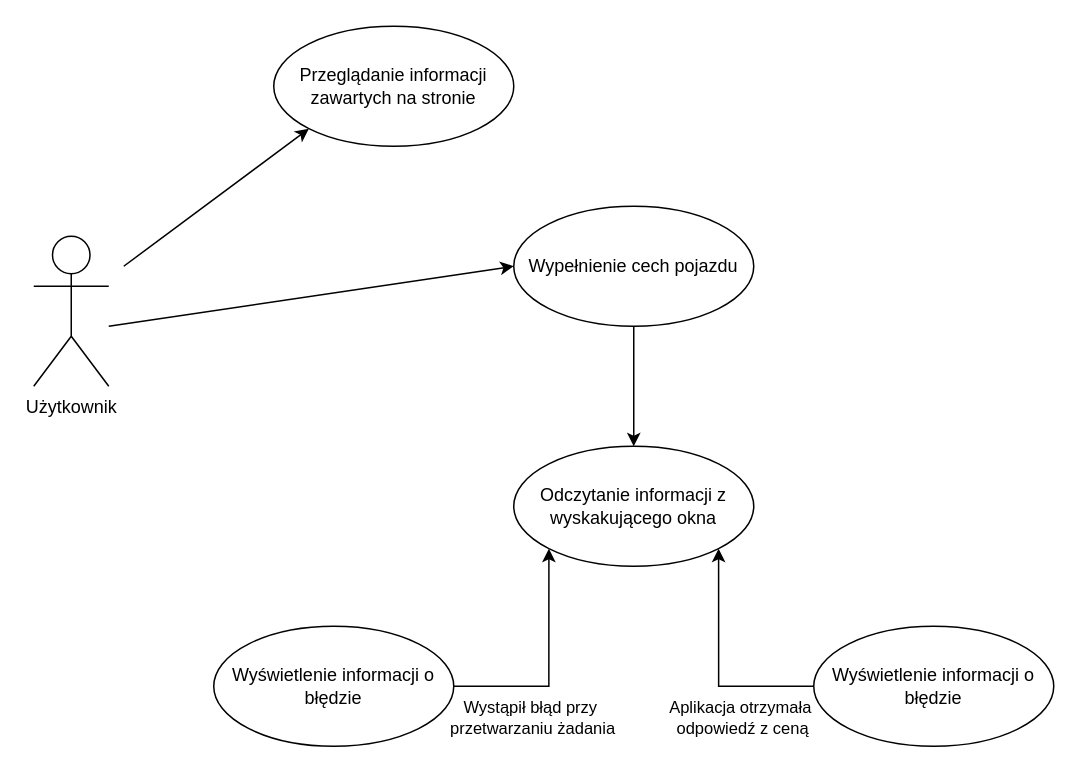
The draw.io diagram report/diagrams/use_case_diagram.drawio in gszp1/BigData-Project, before the edit. Source tidied: cells renumbered, new cells numbered last; positions are measured from the earlier drawing's top-left corner, leaving out a move shared by most shapes. Both pictures are drawn from the tidied source at 150%, with x=0, y=0 at pixel (33, 26).
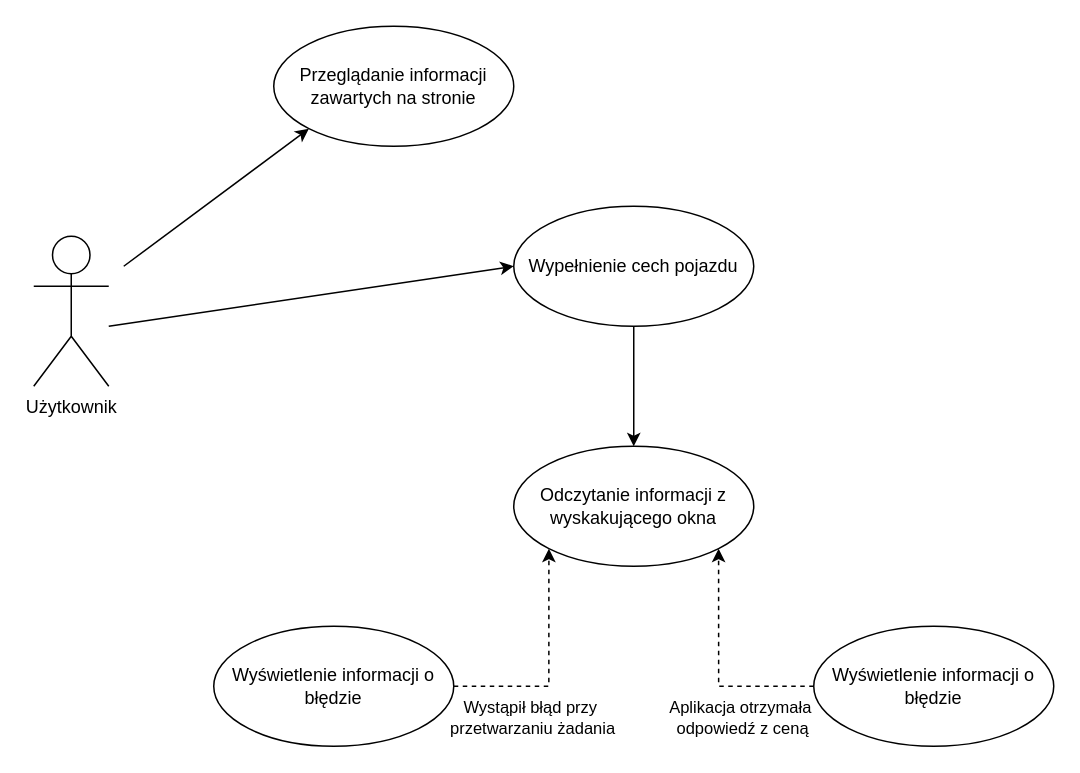
The same diagram, later.

Change to the diagram source:
```diff
@@
 <mxGraphModel>
   <root>
     <mxCell id="0" />
     <mxCell id="1" parent="0" />
     <mxCell id="2" value="Użytkownik" style="shape=umlActor;verticalLabelPosition=bottom;verticalAlign=top;html=1;" parent="1" vertex="1">
       <mxGeometry y="140" width="50" height="100" as="geometry" />
     </mxCell>
     <mxCell id="3" value="Przeglądanie informacji zawartych na stronie" style="ellipse;whiteSpace=wrap;html=1;" parent="1" vertex="1">
       <mxGeometry x="160" width="160" height="80" as="geometry" />
     </mxCell>
     <mxCell id="4" style="endArrow=classic;html=1;rounded=0;entryX=0;entryY=1;entryDx=0;entryDy=0;" parent="1" edge="1" target="3">
       <mxGeometry relative="1" as="geometry">
         <mxPoint x="60" y="160" as="sourcePoint" />
       </mxGeometry>
     </mxCell>
     <mxCell id="5" style="edgeStyle=orthogonalEdgeStyle;rounded=0;jettySize=auto;html=1;entryX=0.5;entryY=0;entryDx=0;entryDy=0;" parent="1" edge="1" source="6" target="8">
       <mxGeometry relative="1" as="geometry" />
     </mxCell>
     <mxCell id="6" value="Wypełnienie cech pojazdu" style="ellipse;whiteSpace=wrap;html=1;" parent="1" vertex="1">
       <mxGeometry x="320" y="120" width="160" height="80" as="geometry" />
     </mxCell>
     <mxCell id="7" style="endArrow=classic;html=1;rounded=0;entryX=0;entryY=0.5;entryDx=0;entryDy=0;" parent="1" edge="1" target="6">
       <mxGeometry relative="1" as="geometry">
         <mxPoint x="50" y="200" as="sourcePoint" />
       </mxGeometry>
     </mxCell>
     <mxCell id="8" value="Odczytanie informacji z wyskakującego okna" style="ellipse;whiteSpace=wrap;html=1;" parent="1" vertex="1">
       <mxGeometry x="320" y="280" width="160" height="80" as="geometry" />
     </mxCell>
-    <mxCell id="9" style="edgeStyle=orthogonalEdgeStyle;rounded=0;jettySize=auto;html=1;entryX=0;entryY=1;entryDx=0;entryDy=0;" parent="1" edge="1" source="11" target="8">
+    <mxCell id="9" style="edgeStyle=orthogonalEdgeStyle;rounded=0;jettySize=auto;html=1;entryX=0;entryY=1;entryDx=0;entryDy=0;dashed=1;" parent="1" edge="1" source="11" target="8">
       <mxGeometry relative="1" as="geometry" />
     </mxCell>
     <mxCell id="10" value="Wystąpił błąd przy&lt;div&gt;&amp;nbsp;przetwarzaniu żadania&lt;/div&gt;" style="edgeLabel;html=1;align=center;verticalAlign=middle;" parent="9" vertex="1">
       <mxGeometry x="0.19" y="-3" relative="1" as="geometry">
         <mxPoint x="-16" y="49" as="offset" />
       </mxGeometry>
     </mxCell>
     <mxCell id="11" value="Wyświetlenie informacji o błędzie" style="ellipse;whiteSpace=wrap;html=1;" parent="1" vertex="1">
       <mxGeometry x="120" y="400" width="160" height="80" as="geometry" />
     </mxCell>
-    <mxCell id="12" style="edgeStyle=orthogonalEdgeStyle;rounded=0;jettySize=auto;html=1;entryX=1;entryY=1;entryDx=0;entryDy=0;" parent="1" edge="1" source="14" target="8">
+    <mxCell id="12" style="edgeStyle=orthogonalEdgeStyle;rounded=0;jettySize=auto;html=1;entryX=1;entryY=1;entryDx=0;entryDy=0;dashed=1;" parent="1" edge="1" source="14" target="8">
       <mxGeometry relative="1" as="geometry" />
     </mxCell>
     <mxCell id="13" value="Aplikacja otrzymała&lt;div&gt;&amp;nbsp;odpowiedź z ceną&lt;/div&gt;" style="edgeLabel;html=1;align=center;verticalAlign=middle;" parent="12" vertex="1">
       <mxGeometry x="-0.59" relative="1" as="geometry">
         <mxPoint x="-18" y="20" as="offset" />
       </mxGeometry>
     </mxCell>
     <mxCell id="14" value="Wyświetlenie informacji o błędzie" style="ellipse;whiteSpace=wrap;html=1;" parent="1" vertex="1">
       <mxGeometry x="520" y="400" width="160" height="80" as="geometry" />
     </mxCell>
   </root>
 </mxGraphModel>
```
